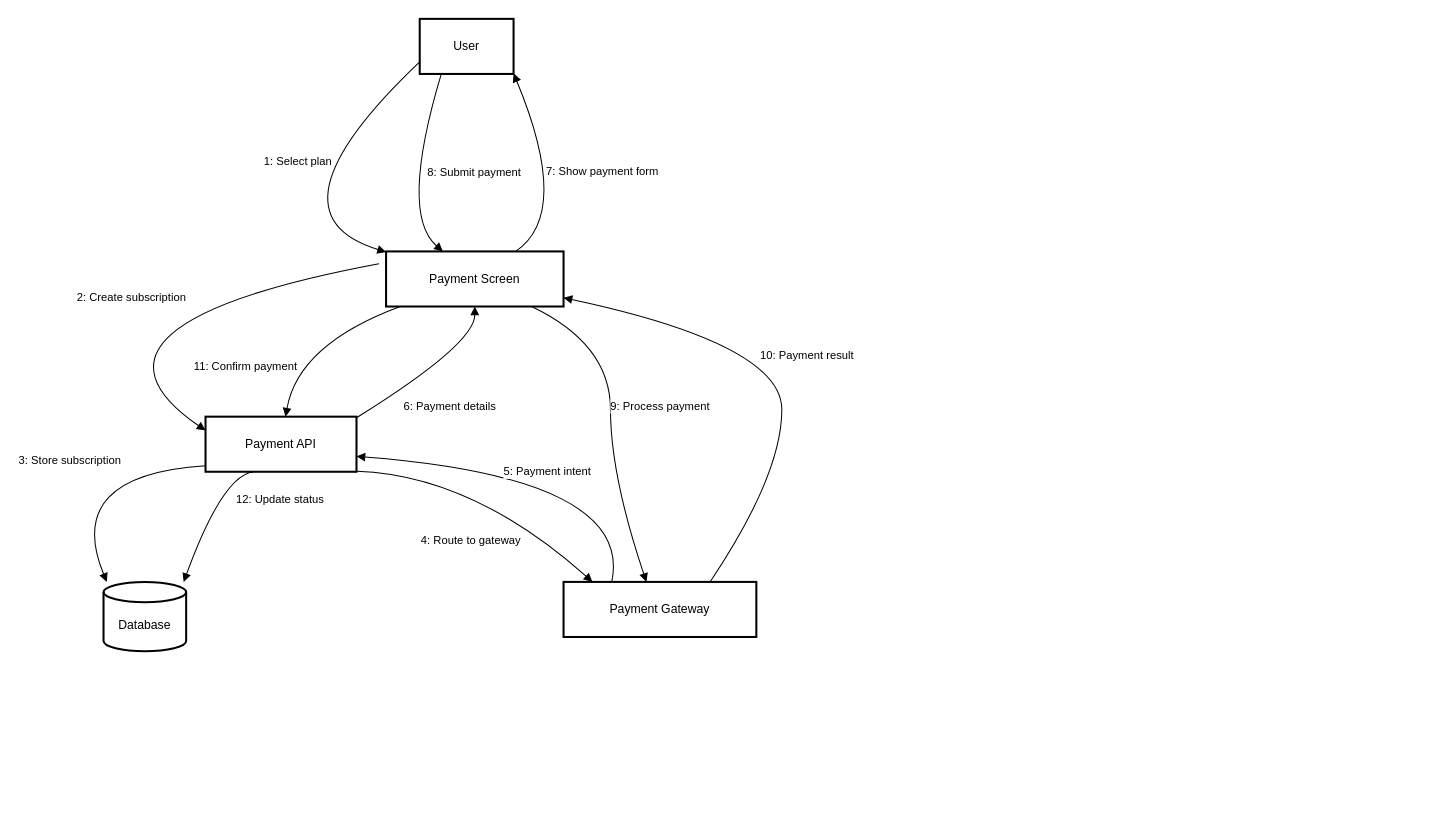
This is documents/Artifact Diagrams/Payment Integration/PaymentIntegration_Collaboration.drawio from lujamanandhar/FYP, a draw.io file, before an edit. Source tidied: cells renumbered, new cells numbered last; positions are measured from the earlier drawing's top-left corner, leaving out a move shared by most shapes. Both pictures are drawn from the tidied source at 102%, with x=0, y=0 at pixel (52, 18).
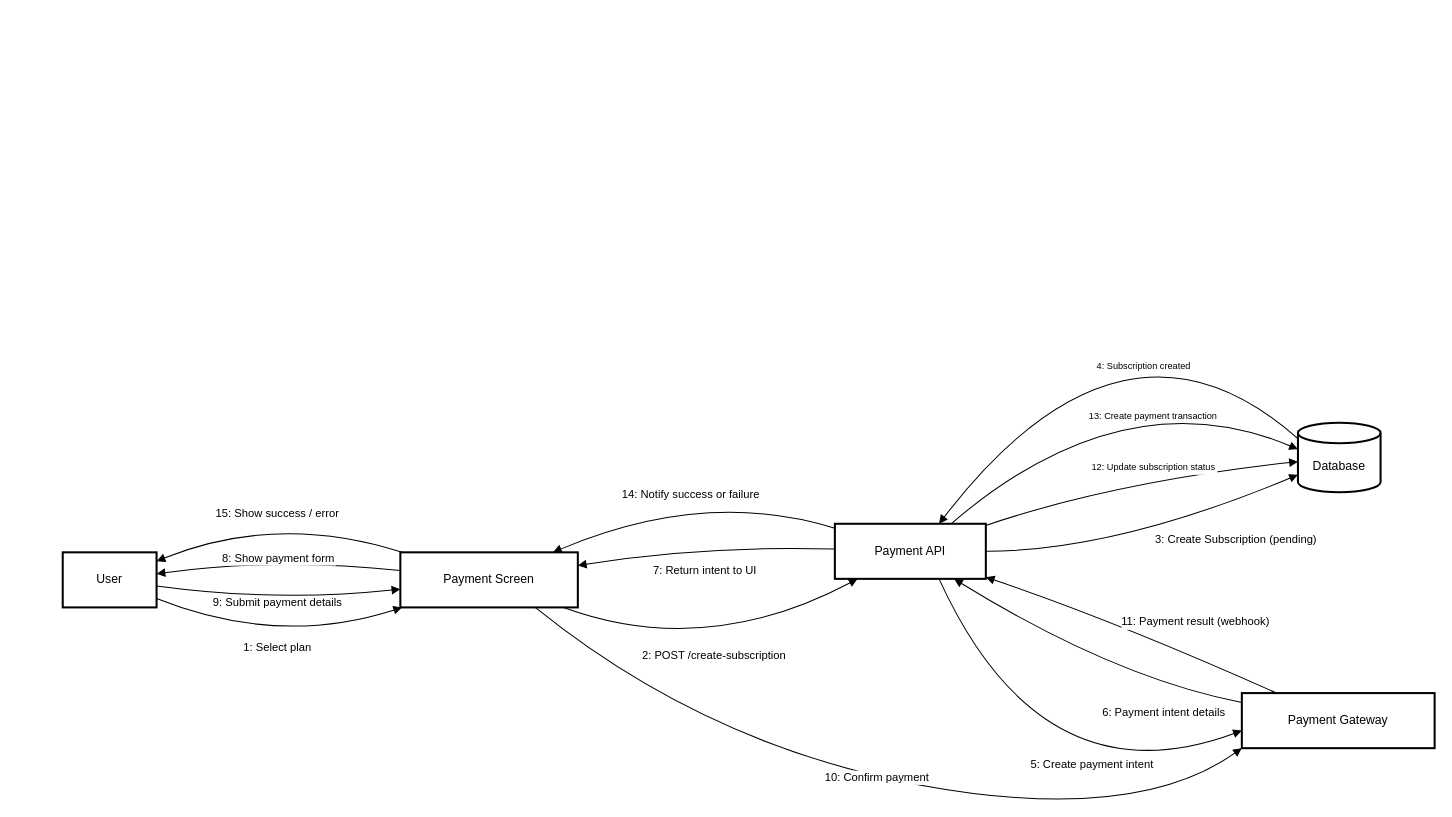
After the change.

The edit, as a diff of the source:
```diff
@@
     <mxCell id="2" value="User" style="whiteSpace=wrap;strokeWidth=2;" parent="1" vertex="1">
-      <mxGeometry x="360" width="92" height="54" as="geometry" />
+      <mxGeometry x="10" y="523" width="92" height="54" as="geometry" />
     </mxCell>
     <mxCell id="3" value="Payment Screen" style="whiteSpace=wrap;strokeWidth=2;" parent="1" vertex="1">
-      <mxGeometry x="327" y="228" width="174" height="54" as="geometry" />
+      <mxGeometry x="341" y="523" width="174" height="54" as="geometry" />
     </mxCell>
     <mxCell id="4" value="Payment API" style="whiteSpace=wrap;strokeWidth=2;" parent="1" vertex="1">
-      <mxGeometry x="150" y="390" width="148" height="54" as="geometry" />
+      <mxGeometry x="767" y="495" width="148" height="54" as="geometry" />
     </mxCell>
+    <mxCell id="6" value="Database" style="shape=cylinder3;boundedLbl=1;backgroundOutline=1;size=10;strokeWidth=2;whiteSpace=wrap;" parent="1" vertex="1">
+      <mxGeometry x="1221" y="396" width="81" height="68" as="geometry" />
+    </mxCell>
     <mxCell id="5" value="Payment Gateway" style="whiteSpace=wrap;strokeWidth=2;" parent="1" vertex="1">
-      <mxGeometry x="501" y="552" width="189" height="54" as="geometry" />
+      <mxGeometry x="1166" y="661" width="189" height="54" as="geometry" />
     </mxCell>
-    <mxCell id="6" value="Database" style="shape=cylinder3;boundedLbl=1;backgroundOutline=1;size=10;strokeWidth=2;whiteSpace=wrap;" parent="1" vertex="1">
-      <mxGeometry x="50" y="552" width="81" height="68" as="geometry" />
-    </mxCell>
-    <mxCell id="7" value="1: Select plan" style="curved=1;startArrow=none;endArrow=block;exitX=0;exitY=0.78;entryX=0;entryY=0.01;rounded=0;" parent="1" edge="1" source="2" target="3">
-      <mxGeometry x="-0.11" y="-12" relative="1" as="geometry">
+    <mxCell id="7" value="1: Select plan" style="curved=1;startArrow=none;endArrow=block;exitX=1;exitY=0.84;entryX=0.01;entryY=1;rounded=0;" parent="1" edge="1" source="2" target="3">
+      <mxGeometry relative="1" as="geometry">
         <Array as="points">
-          <mxPoint x="203" y="191" />
+          <mxPoint x="221" y="616" />
         </Array>
-        <mxPoint x="1" as="offset" />
       </mxGeometry>
     </mxCell>
-    <mxCell id="8" value="2: Create subscription" style="curved=1;startArrow=none;endArrow=block;entryX=0;entryY=0.25;rounded=0;entryDx=0;entryDy=0;" parent="1" edge="1" target="4">
-      <mxGeometry x="-0.04" y="-13" relative="1" as="geometry">
-        <mxPoint x="320" y="240" as="sourcePoint" />
-        <Array as="points">
-          <mxPoint y="300" />
-        </Array>
-      </mxGeometry>
-    </mxCell>
-    <mxCell id="9" value="3: Store subscription" style="curved=1;startArrow=none;endArrow=block;exitX=0;exitY=0.89;entryX=0.04;entryY=0;rounded=0;" parent="1" edge="1" source="4" target="6">
-      <mxGeometry x="0.04" y="-14" relative="1" as="geometry">
-        <Array as="points">
-          <mxPoint x="10" y="447" />
-        </Array>
-      </mxGeometry>
-    </mxCell>
+    <mxCell id="17" value="2: POST /create-subscription" style="curved=1;startArrow=none;endArrow=block;exitX=0.92;exitY=1;entryX=0.15;entryY=1;rounded=0;" parent="1" edge="1" source="3" target="4">
+      <mxGeometry relative="1" as="geometry">
+        <Array as="points">
+          <mxPoint x="640" y="628" />
+        </Array>
+      </mxGeometry>
+    </mxCell>
+    <mxCell id="19" value="3: Create Subscription (pending)" style="curved=1;startArrow=none;endArrow=block;exitX=1;exitY=0.5;entryX=0;entryY=0.75;rounded=0;" parent="1" edge="1" source="4" target="6">
+      <mxGeometry x="0.5" y="-35" relative="1" as="geometry">
+        <Array as="points">
+          <mxPoint x="1041" y="522" />
+        </Array>
+      </mxGeometry>
+    </mxCell>
+    <mxCell id="20" value="4: Subscription created" style="curved=1;startArrow=none;endArrow=block;exitX=0;exitY=0.23;entryX=0.69;entryY=0;rounded=0;fontSize=9;" parent="1" edge="1" source="6" target="4">
+      <mxGeometry x="-0.39" y="47" relative="1" as="geometry">
+        <Array as="points">
+          <mxPoint x="1050" y="260" />
+        </Array>
+      </mxGeometry>
+    </mxCell>
-    <mxCell id="10" value="4: Route to gateway" style="curved=1;startArrow=none;endArrow=block;exitX=1;exitY=0.99;entryX=0.15;entryY=0;rounded=0;" parent="1" edge="1" source="4" target="5">
-      <mxGeometry x="0.14" y="-48" relative="1" as="geometry">
+    <mxCell id="10" value="5: Create payment intent" style="curved=1;startArrow=none;endArrow=block;exitX=0.69;exitY=1;entryX=0;entryY=0.68;rounded=0;" parent="1" edge="1" source="4" target="5">
+      <mxGeometry x="0.34" y="20" relative="1" as="geometry">
         <Array as="points">
-          <mxPoint x="411" y="447" />
+          <mxPoint x="970" y="770" />
         </Array>
       </mxGeometry>
     </mxCell>
-    <mxCell id="11" value="5: Payment intent" style="curved=1;startArrow=none;endArrow=block;exitX=0.25;exitY=0;entryX=1;entryY=0.72;rounded=0;exitDx=0;exitDy=0;" parent="1" edge="1" source="5" target="4">
-      <mxGeometry relative="1" as="geometry">
-        <Array as="points">
-          <mxPoint x="570" y="450" />
-        </Array>
-      </mxGeometry>
-    </mxCell>
-    <mxCell id="12" value="6: Payment details" style="curved=1;startArrow=none;endArrow=block;exitX=1;exitY=0.02;entryX=0.5;entryY=1;rounded=0;" parent="1" edge="1" source="4" target="3">
-      <mxGeometry x="-0.03" y="-39" relative="1" as="geometry">
-        <Array as="points">
-          <mxPoint x="414" y="319" />
-        </Array>
-      </mxGeometry>
-    </mxCell>
-    <mxCell id="13" value="7: Show payment form" style="curved=1;startArrow=none;endArrow=block;exitX=0.73;exitY=0;entryX=1;entryY=0.99;rounded=0;" parent="1" edge="1" source="3" target="2">
-      <mxGeometry x="-0.14" y="-44" relative="1" as="geometry">
-        <Array as="points">
-          <mxPoint x="509" y="191" />
-        </Array>
-      </mxGeometry>
-    </mxCell>
+    <mxCell id="21" value="6: Payment intent details" style="curved=1;startArrow=none;endArrow=block;exitX=0;exitY=0.17;entryX=0.79;entryY=1;rounded=0;" parent="1" edge="1" source="5" target="4">
+      <mxGeometry x="-0.53" y="24" relative="1" as="geometry">
+        <Array as="points">
+          <mxPoint x="1041" y="646" />
+        </Array>
+      </mxGeometry>
+    </mxCell>
+    <mxCell id="22" value="7: Return intent to UI" style="curved=1;startArrow=none;endArrow=block;exitX=0;exitY=0.46;entryX=1;entryY=0.24;rounded=0;" parent="1" edge="1" source="4" target="3">
+      <mxGeometry x="0.03" y="24" relative="1" as="geometry">
+        <Array as="points">
+          <mxPoint x="640" y="516" />
+        </Array>
+      </mxGeometry>
+    </mxCell>
+    <mxCell id="23" value="8: Show payment form" style="curved=1;startArrow=none;endArrow=block;exitX=0;exitY=0.33;entryX=1;entryY=0.39;rounded=0;" parent="1" edge="1" source="3" target="2">
+      <mxGeometry relative="1" as="geometry">
+        <Array as="points">
+          <mxPoint x="221" y="528" />
+        </Array>
+      </mxGeometry>
+    </mxCell>
-    <mxCell id="14" value="8: Submit payment" style="curved=1;startArrow=none;endArrow=block;exitX=0.23;exitY=1;entryX=0.32;entryY=0;rounded=0;" parent="1" edge="1" source="2" target="3">
-      <mxGeometry x="-0.17" y="59" relative="1" as="geometry">
+    <mxCell id="14" value="9: Submit payment details" style="curved=1;startArrow=none;endArrow=block;exitX=1;exitY=0.61;entryX=0;entryY=0.67;rounded=0;" parent="1" edge="1" source="2" target="3">
+      <mxGeometry relative="1" as="geometry">
         <Array as="points">
-          <mxPoint x="340" y="191" />
+          <mxPoint x="221" y="572" />
         </Array>
       </mxGeometry>
     </mxCell>
-    <mxCell id="15" value="9: Process payment" style="curved=1;startArrow=none;endArrow=block;exitX=0.82;exitY=1;entryX=0.43;entryY=0;rounded=0;" parent="1" edge="1" source="3" target="5">
-      <mxGeometry x="-0.1" y="49" relative="1" as="geometry">
+    <mxCell id="15" value="10: Confirm payment" style="curved=1;startArrow=none;endArrow=block;exitX=0.76;exitY=1;rounded=0;entryX=0;entryY=1;entryDx=0;entryDy=0;" parent="1" edge="1" source="3" target="5">
+      <mxGeometry relative="1" as="geometry">
         <Array as="points">
-          <mxPoint x="547" y="319" />
-          <mxPoint x="547" y="447" />
+          <mxPoint x="640" y="712" />
+          <mxPoint x="1060" y="790" />
         </Array>
       </mxGeometry>
     </mxCell>
-    <mxCell id="16" value="10: Payment result" style="curved=1;startArrow=none;endArrow=block;exitX=0.76;exitY=0;entryX=1;entryY=0.84;rounded=0;" parent="1" edge="1" source="5" target="3">
-      <mxGeometry x="0.03" y="-25" relative="1" as="geometry">
-        <Array as="points">
-          <mxPoint x="715" y="447" />
-          <mxPoint x="715" y="319" />
-        </Array>
-      </mxGeometry>
-    </mxCell>
-    <mxCell id="17" value="11: Confirm payment" style="curved=1;startArrow=none;endArrow=block;exitX=0.08;exitY=1;entryX=0.53;entryY=0;rounded=0;" parent="1" edge="1" source="3" target="4">
-      <mxGeometry x="0.52" y="-47" relative="1" as="geometry">
-        <Array as="points">
-          <mxPoint x="241" y="319" />
-        </Array>
-      </mxGeometry>
-    </mxCell>
-    <mxCell id="18" value="12: Update status" style="curved=1;startArrow=none;endArrow=block;exitX=0.32;exitY=1;entryX=0.97;entryY=0;rounded=0;" parent="1" edge="1" source="4" target="6">
-      <mxGeometry x="-0.54" y="61" relative="1" as="geometry">
-        <Array as="points">
-          <mxPoint x="167" y="447" />
-        </Array>
-      </mxGeometry>
-    </mxCell>
+    <mxCell id="24" value="11: Payment result (webhook)" style="curved=1;startArrow=none;endArrow=block;exitX=0.18;exitY=0;entryX=1;entryY=0.97;rounded=0;" parent="1" edge="1" source="5" target="4">
+      <mxGeometry x="-0.34" y="-32" relative="1" as="geometry">
+        <Array as="points">
+          <mxPoint x="1041" y="590" />
+        </Array>
+      </mxGeometry>
+    </mxCell>
+    <mxCell id="25" value="12: Update subscription status" style="curved=1;startArrow=none;endArrow=block;exitX=1;exitY=0.03;entryX=0;entryY=0.56;rounded=0;fontSize=9;" parent="1" edge="1" source="4" target="6">
+      <mxGeometry x="0.1" y="10" relative="1" as="geometry">
+        <Array as="points">
+          <mxPoint x="1041" y="454" />
+        </Array>
+      </mxGeometry>
+    </mxCell>
+    <mxCell id="26" value="13: Create payment transaction" style="curved=1;startArrow=none;endArrow=block;exitX=0.77;exitY=0;entryX=0;entryY=0.38;rounded=0;fontSize=9;" parent="1" edge="1" source="4" target="6">
+      <mxGeometry x="0.3" y="-25" relative="1" as="geometry">
+        <Array as="points">
+          <mxPoint x="1050" y="350" />
+        </Array>
+      </mxGeometry>
+    </mxCell>
+    <mxCell id="27" value="14: Notify success or failure" style="curved=1;startArrow=none;endArrow=block;exitX=0;exitY=0.08;entryX=0.86;entryY=0;rounded=0;" parent="1" edge="1" source="4" target="3">
+      <mxGeometry relative="1" as="geometry">
+        <Array as="points">
+          <mxPoint x="640" y="460" />
+        </Array>
+      </mxGeometry>
+    </mxCell>
+    <mxCell id="28" value="15: Show success / error" style="curved=1;startArrow=none;endArrow=block;exitX=0.01;exitY=0;entryX=1;entryY=0.16;rounded=0;" parent="1" edge="1" source="3" target="2">
+      <mxGeometry relative="1" as="geometry">
+        <Array as="points">
+          <mxPoint x="221" y="484" />
+        </Array>
+      </mxGeometry>
+    </mxCell>
```
